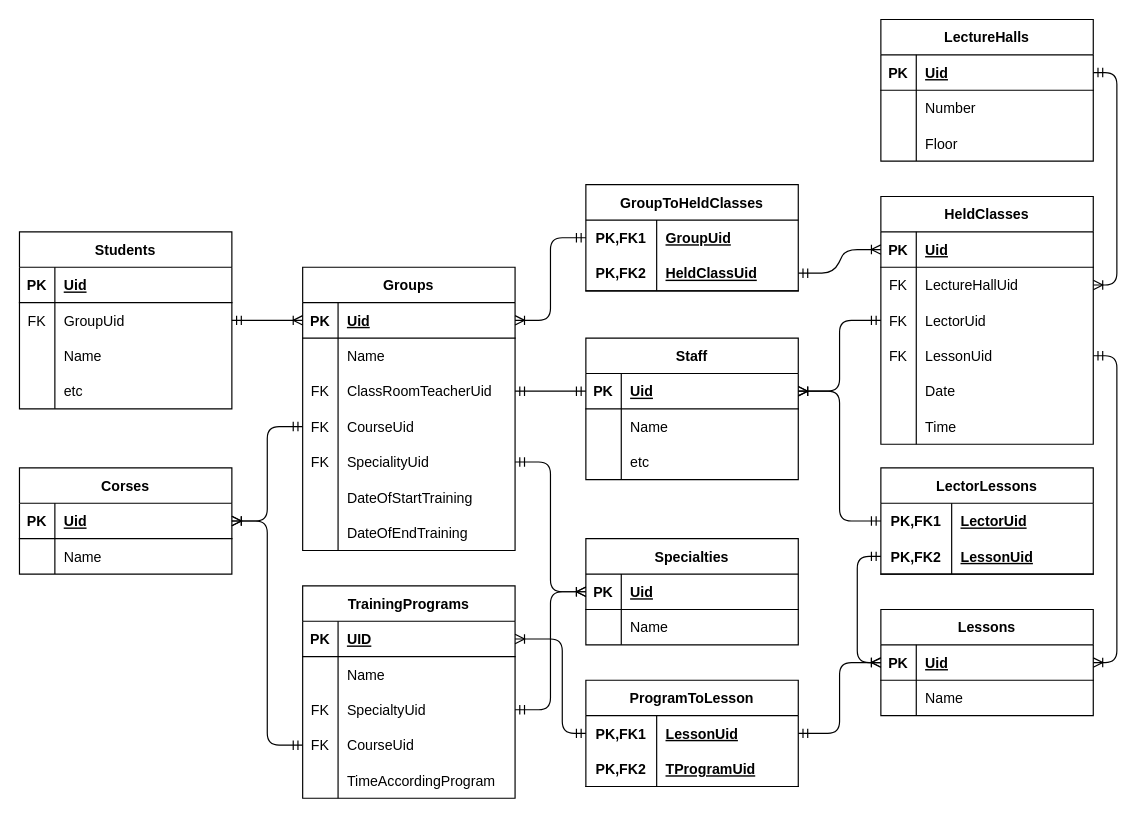
The draw.io diagram databases/erd.drawio in de1eteCode/TestTask, before the edit. Source tidied: cells renumbered, new cells numbered last; positions are measured from the earlier drawing's top-left corner, leaving out a move shared by most shapes. Both pictures are drawn from the tidied source at 118%, with x=0, y=0 at pixel (19, 19).
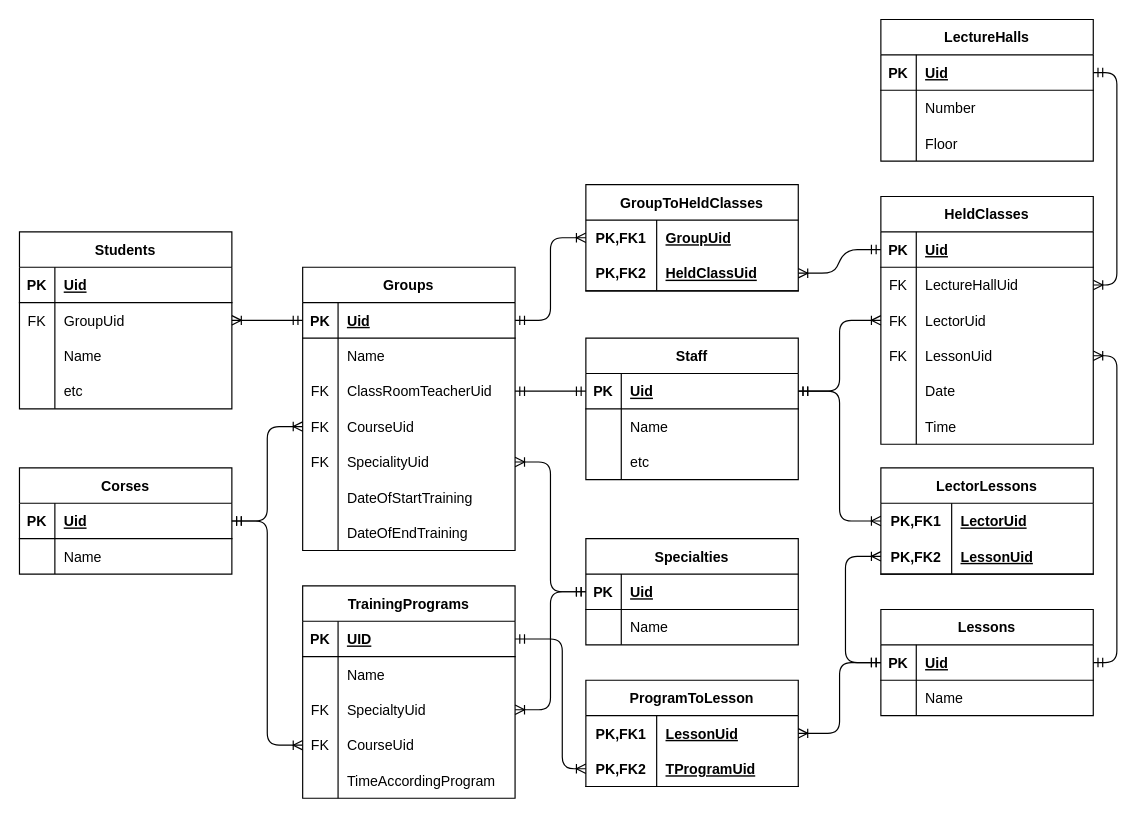
The same page after the edit.

Commit message (it also covers changes not shown here):
Фикс erd

The change refers to these unchanged cells:
```xml
<mxCell id="3" style="shape=tableRow;horizontal=0;startSize=0;swimlaneHead=0;swimlaneBody=0;fillColor=none;points=[[0,0.5],[1,0.5]];portConstraint=eastwest;top=0;left=0;right=0;bottom=1;" parent="2" vertex="1">
  <mxGeometry y="30" width="180" height="30" as="geometry" />
</mxCell>
<mxCell id="12" style="shape=tableRow;horizontal=0;startSize=0;swimlaneHead=0;swimlaneBody=0;fillColor=none;points=[[0,0.5],[1,0.5]];portConstraint=eastwest;top=0;left=0;right=0;bottom=0;" parent="2" vertex="1">
  <mxGeometry y="120" width="180" height="30" as="geometry" />
</mxCell>
<mxCell id="15" style="shape=tableRow;horizontal=0;startSize=0;swimlaneHead=0;swimlaneBody=0;fillColor=none;points=[[0,0.5],[1,0.5]];portConstraint=eastwest;top=0;left=0;right=0;bottom=0;" parent="2" vertex="1">
  <mxGeometry y="150" width="180" height="30" as="geometry" />
</mxCell>
<mxCell id="25" style="shape=tableRow;horizontal=0;startSize=0;swimlaneHead=0;swimlaneBody=0;fillColor=none;points=[[0,0.5],[1,0.5]];portConstraint=eastwest;top=0;left=0;right=0;bottom=1;" parent="24" vertex="1">
  <mxGeometry y="30" width="180" height="30" as="geometry" />
</mxCell>
<mxCell id="31" style="shape=tableRow;horizontal=0;startSize=0;swimlaneHead=0;swimlaneBody=0;fillColor=none;points=[[0,0.5],[1,0.5]];portConstraint=eastwest;top=0;left=0;right=0;bottom=0;" parent="24" vertex="1">
  <mxGeometry y="90" width="180" height="30" as="geometry" />
</mxCell>
<mxCell id="34" style="shape=tableRow;horizontal=0;startSize=0;swimlaneHead=0;swimlaneBody=0;fillColor=none;points=[[0,0.5],[1,0.5]];portConstraint=eastwest;top=0;left=0;right=0;bottom=0;" parent="24" vertex="1">
  <mxGeometry y="120" width="180" height="30" as="geometry" />
</mxCell>
<mxCell id="44" style="shape=tableRow;horizontal=0;startSize=0;swimlaneHead=0;swimlaneBody=0;fillColor=none;points=[[0,0.5],[1,0.5]];portConstraint=eastwest;top=0;left=0;right=0;bottom=1;" parent="43" vertex="1">
  <mxGeometry y="30" width="180" height="30" as="geometry" />
</mxCell>
<mxCell id="52" style="shape=tableRow;horizontal=0;startSize=0;swimlaneHead=0;swimlaneBody=0;fillColor=none;points=[[0,0.5],[1,0.5]];portConstraint=eastwest;top=0;left=0;right=0;bottom=0;" parent="51" vertex="1">
  <mxGeometry y="30" width="180" height="30" as="geometry" />
</mxCell>
<mxCell id="55" style="shape=tableRow;horizontal=0;startSize=0;swimlaneHead=0;swimlaneBody=0;fillColor=none;points=[[0,0.5],[1,0.5]];portConstraint=eastwest;top=0;left=0;right=0;bottom=1;" parent="51" vertex="1">
  <mxGeometry y="60" width="180" height="30" as="geometry" />
</mxCell>
<mxCell id="64" style="shape=tableRow;horizontal=0;startSize=0;swimlaneHead=0;swimlaneBody=0;fillColor=none;points=[[0,0.5],[1,0.5]];portConstraint=eastwest;top=0;left=0;right=0;bottom=0;" parent="60" vertex="1">
  <mxGeometry y="60" width="180" height="30" as="geometry" />
</mxCell>
<mxCell id="74" style="shape=tableRow;horizontal=0;startSize=0;swimlaneHead=0;swimlaneBody=0;fillColor=none;points=[[0,0.5],[1,0.5]];portConstraint=eastwest;top=0;left=0;right=0;bottom=1;" parent="73" vertex="1">
  <mxGeometry y="30" width="180" height="30" as="geometry" />
</mxCell>
<mxCell id="84" style="shape=tableRow;horizontal=0;startSize=0;swimlaneHead=0;swimlaneBody=0;fillColor=none;points=[[0,0.5],[1,0.5]];portConstraint=eastwest;top=0;left=0;right=0;bottom=1;" parent="83" vertex="1">
  <mxGeometry y="30" width="180" height="30" as="geometry" />
</mxCell>
<mxCell id="91" style="shape=tableRow;horizontal=0;startSize=0;swimlaneHead=0;swimlaneBody=0;fillColor=none;points=[[0,0.5],[1,0.5]];portConstraint=eastwest;top=0;left=0;right=0;bottom=1;" parent="90" vertex="1">
  <mxGeometry y="30" width="180" height="30" as="geometry" />
</mxCell>
<mxCell id="99" style="shape=tableRow;horizontal=0;startSize=0;swimlaneHead=0;swimlaneBody=0;fillColor=none;points=[[0,0.5],[1,0.5]];portConstraint=eastwest;top=0;left=0;right=0;bottom=1;" parent="98" vertex="1">
  <mxGeometry y="30" width="180" height="30" as="geometry" />
</mxCell>
<mxCell id="105" style="shape=tableRow;horizontal=0;startSize=0;swimlaneHead=0;swimlaneBody=0;fillColor=none;points=[[0,0.5],[1,0.5]];portConstraint=eastwest;top=0;left=0;right=0;bottom=0;" parent="98" vertex="1">
  <mxGeometry y="90" width="180" height="30" as="geometry" />
</mxCell>
<mxCell id="108" style="shape=tableRow;horizontal=0;startSize=0;swimlaneHead=0;swimlaneBody=0;fillColor=none;points=[[0,0.5],[1,0.5]];portConstraint=eastwest;top=0;left=0;right=0;bottom=0;" parent="98" vertex="1">
  <mxGeometry y="120" width="180" height="30" as="geometry" />
</mxCell>
<mxCell id="121" style="shape=tableRow;horizontal=0;startSize=0;swimlaneHead=0;swimlaneBody=0;fillColor=none;points=[[0,0.5],[1,0.5]];portConstraint=eastwest;top=0;left=0;right=0;bottom=0;" parent="120" vertex="1">
  <mxGeometry y="30" width="180" height="30" as="geometry" />
</mxCell>
<mxCell id="124" style="shape=tableRow;horizontal=0;startSize=0;swimlaneHead=0;swimlaneBody=0;fillColor=none;points=[[0,0.5],[1,0.5]];portConstraint=eastwest;top=0;left=0;right=0;bottom=1;" parent="120" vertex="1">
  <mxGeometry y="60" width="180" height="30" as="geometry" />
</mxCell>
<mxCell id="142" style="shape=tableRow;horizontal=0;startSize=0;swimlaneHead=0;swimlaneBody=0;fillColor=none;points=[[0,0.5],[1,0.5]];portConstraint=eastwest;top=0;left=0;right=0;bottom=0;" parent="141" vertex="1">
  <mxGeometry y="30" width="180" height="30" as="geometry" />
</mxCell>
<mxCell id="145" style="shape=tableRow;horizontal=0;startSize=0;swimlaneHead=0;swimlaneBody=0;fillColor=none;points=[[0,0.5],[1,0.5]];portConstraint=eastwest;top=0;left=0;right=0;bottom=1;" parent="141" vertex="1">
  <mxGeometry y="60" width="180" height="30" as="geometry" />
</mxCell>
```

What changed in the source:
```diff
@@
-    <mxCell id="50" style="edgeStyle=entityRelationEdgeStyle;fontSize=12;html=1;endArrow=ERoneToMany;rounded=1;exitX=0;exitY=0.5;exitDx=0;exitDy=0;entryX=1;entryY=0.5;entryDx=0;entryDy=0;startArrow=ERmandOne;startFill=0;" parent="1" edge="1" source="12" target="44">
+    <mxCell id="50" style="edgeStyle=entityRelationEdgeStyle;fontSize=12;html=1;endArrow=ERoneToMany;rounded=1;exitX=1;exitY=0.5;exitDx=0;exitDy=0;startArrow=ERmandOne;startFill=0;entryX=0;entryY=0.5;entryDx=0;entryDy=0;" parent="1" edge="1" source="44" target="12">
       <mxGeometry relative="1" as="geometry" />
     </mxCell>
@@
-    <mxCell id="58" style="edgeStyle=entityRelationEdgeStyle;fontSize=12;html=1;endArrow=ERoneToMany;rounded=1;entryX=0;entryY=0.5;entryDx=0;entryDy=0;exitX=1;exitY=0.5;exitDx=0;exitDy=0;startArrow=ERmandOne;startFill=0;" parent="1" edge="1" source="55" target="25">
+    <mxCell id="58" style="edgeStyle=entityRelationEdgeStyle;fontSize=12;html=1;endArrow=ERoneToMany;rounded=1;entryX=1;entryY=0.5;entryDx=0;entryDy=0;startArrow=ERmandOne;startFill=0;exitX=0;exitY=0.5;exitDx=0;exitDy=0;" parent="1" edge="1" source="25" target="55">
       <mxGeometry relative="1" as="geometry" />
     </mxCell>
-    <mxCell id="59" style="edgeStyle=entityRelationEdgeStyle;fontSize=12;html=1;endArrow=ERoneToMany;rounded=1;entryX=1;entryY=0.5;entryDx=0;entryDy=0;exitX=0;exitY=0.5;exitDx=0;exitDy=0;startArrow=ERmandOne;startFill=0;" parent="1" edge="1" source="52" target="3">
+    <mxCell id="59" style="edgeStyle=entityRelationEdgeStyle;fontSize=12;html=1;endArrow=ERoneToMany;rounded=1;exitX=1;exitY=0.5;exitDx=0;exitDy=0;startArrow=ERmandOne;startFill=0;entryX=0;entryY=0.5;entryDx=0;entryDy=0;" parent="1" edge="1" source="3" target="52">
       <mxGeometry relative="1" as="geometry" />
     </mxCell>
@@
-    <mxCell id="97" style="edgeStyle=orthogonalEdgeStyle;fontSize=12;html=1;endArrow=ERoneToMany;rounded=1;elbow=vertical;startArrow=ERmandOne;startFill=0;entryX=0;entryY=0.5;entryDx=0;entryDy=0;exitX=1;exitY=0.5;exitDx=0;exitDy=0;" parent="1" edge="1" source="142" target="91">
+    <mxCell id="97" style="edgeStyle=orthogonalEdgeStyle;fontSize=12;html=1;endArrow=ERoneToMany;rounded=1;elbow=vertical;startArrow=ERmandOne;startFill=0;exitX=0;exitY=0.5;exitDx=0;exitDy=0;entryX=1;entryY=0.5;entryDx=0;entryDy=0;" parent="1" edge="1" source="91" target="142">
       <mxGeometry relative="1" as="geometry" />
     </mxCell>
@@
-    <mxCell id="114" style="edgeStyle=entityRelationEdgeStyle;fontSize=12;html=1;endArrow=ERoneToMany;rounded=1;entryX=1;entryY=0.5;entryDx=0;entryDy=0;exitX=0;exitY=0.5;exitDx=0;exitDy=0;startArrow=ERmandOne;startFill=0;" parent="1" edge="1" source="108" target="44">
+    <mxCell id="114" style="edgeStyle=entityRelationEdgeStyle;fontSize=12;html=1;endArrow=ERoneToMany;rounded=1;exitX=1;exitY=0.5;exitDx=0;exitDy=0;startArrow=ERmandOne;startFill=0;entryX=0;entryY=0.5;entryDx=0;entryDy=0;" parent="1" edge="1" source="44" target="108">
       <mxGeometry relative="1" as="geometry" />
     </mxCell>
-    <mxCell id="115" style="edgeStyle=entityRelationEdgeStyle;fontSize=12;html=1;endArrow=ERoneToMany;rounded=1;exitX=1;exitY=0.5;exitDx=0;exitDy=0;entryX=0;entryY=0.5;entryDx=0;entryDy=0;startArrow=ERmandOne;startFill=0;" parent="1" edge="1" source="15" target="84">
+    <mxCell id="115" style="edgeStyle=entityRelationEdgeStyle;fontSize=12;html=1;endArrow=ERoneToMany;rounded=1;exitX=0;exitY=0.5;exitDx=0;exitDy=0;startArrow=ERmandOne;startFill=0;entryX=1;entryY=0.5;entryDx=0;entryDy=0;" parent="1" edge="1" source="84" target="15">
       <mxGeometry relative="1" as="geometry" />
     </mxCell>
-    <mxCell id="116" style="edgeStyle=entityRelationEdgeStyle;fontSize=12;html=1;endArrow=ERoneToMany;rounded=1;exitX=1;exitY=0.5;exitDx=0;exitDy=0;entryX=0;entryY=0.5;entryDx=0;entryDy=0;startArrow=ERmandOne;startFill=0;" parent="1" edge="1" source="105" target="84">
+    <mxCell id="116" style="edgeStyle=entityRelationEdgeStyle;fontSize=12;html=1;endArrow=ERoneToMany;rounded=1;exitX=0;exitY=0.5;exitDx=0;exitDy=0;startArrow=ERmandOne;startFill=0;entryX=1;entryY=0.5;entryDx=0;entryDy=0;" parent="1" edge="1" source="84" target="105">
       <mxGeometry relative="1" as="geometry" />
     </mxCell>
-    <mxCell id="117" style="edgeStyle=orthogonalEdgeStyle;fontSize=12;html=1;endArrow=ERoneToMany;rounded=1;entryX=0;entryY=0.5;entryDx=0;entryDy=0;startArrow=ERmandOne;startFill=0;exitX=1;exitY=0.5;exitDx=0;exitDy=0;" parent="1" edge="1" source="64" target="3">
+    <mxCell id="117" style="edgeStyle=orthogonalEdgeStyle;fontSize=12;html=1;endArrow=ERoneToMany;rounded=1;entryX=1;entryY=0.5;entryDx=0;entryDy=0;startArrow=ERmandOne;startFill=0;exitX=0;exitY=0.5;exitDx=0;exitDy=0;" parent="1" edge="1" source="3" target="64">
       <mxGeometry relative="1" as="geometry" />
     </mxCell>
@@
-    <mxCell id="119" style="edgeStyle=elbowEdgeStyle;fontSize=12;html=1;endArrow=ERoneToMany;rounded=1;entryX=1;entryY=0.5;entryDx=0;entryDy=0;exitX=1;exitY=0.5;exitDx=0;exitDy=0;startArrow=ERmandOne;startFill=0;" parent="1" edge="1" source="34" target="91">
+    <mxCell id="119" style="edgeStyle=elbowEdgeStyle;fontSize=12;html=1;endArrow=ERoneToMany;rounded=1;exitX=1;exitY=0.5;exitDx=0;exitDy=0;startArrow=ERmandOne;startFill=0;entryX=1;entryY=0.5;entryDx=0;entryDy=0;" parent="1" edge="1" source="91" target="34">
       <mxGeometry relative="1" as="geometry">
         <Array as="points">
           <mxPoint x="930" y="430" />
         </Array>
       </mxGeometry>
     </mxCell>
@@
-    <mxCell id="127" style="edgeStyle=orthogonalEdgeStyle;fontSize=12;html=1;endArrow=ERoneToMany;rounded=1;exitX=0;exitY=0.5;exitDx=0;exitDy=0;elbow=vertical;entryX=0;entryY=0.5;entryDx=0;entryDy=0;startArrow=ERmandOne;startFill=0;" parent="1" edge="1" source="124" target="91">
+    <mxCell id="127" style="edgeStyle=orthogonalEdgeStyle;fontSize=12;html=1;endArrow=ERoneToMany;rounded=1;exitX=0;exitY=0.5;exitDx=0;exitDy=0;elbow=vertical;startArrow=ERmandOne;startFill=0;entryX=0;entryY=0.5;entryDx=0;entryDy=0;" parent="1" edge="1" source="91" target="124">
       <mxGeometry relative="1" as="geometry">
         <Array as="points">
-          <mxPoint x="710" y="455" />
-          <mxPoint x="710" y="545" />
+          <mxPoint x="700" y="545" />
+          <mxPoint x="700" y="455" />
         </Array>
       </mxGeometry>
     </mxCell>
-    <mxCell id="128" style="edgeStyle=orthogonalEdgeStyle;fontSize=12;html=1;endArrow=ERoneToMany;rounded=1;exitX=0;exitY=0.5;exitDx=0;exitDy=0;elbow=vertical;entryX=1;entryY=0.5;entryDx=0;entryDy=0;startArrow=ERmandOne;startFill=0;" parent="1" edge="1" source="121" target="74">
+    <mxCell id="128" style="edgeStyle=orthogonalEdgeStyle;fontSize=12;html=1;endArrow=ERoneToMany;rounded=1;exitX=1;exitY=0.5;exitDx=0;exitDy=0;elbow=vertical;startArrow=ERmandOne;startFill=0;entryX=0;entryY=0.5;entryDx=0;entryDy=0;" parent="1" edge="1" source="74" target="121">
       <mxGeometry relative="1" as="geometry" />
     </mxCell>
-    <mxCell id="129" style="edgeStyle=orthogonalEdgeStyle;fontSize=12;html=1;endArrow=ERoneToMany;rounded=1;exitX=0;exitY=0.5;exitDx=0;exitDy=0;elbow=vertical;entryX=1;entryY=0.5;entryDx=0;entryDy=0;startArrow=ERmandOne;startFill=0;" parent="1" edge="1" source="31" target="74">
+    <mxCell id="129" style="edgeStyle=orthogonalEdgeStyle;fontSize=12;html=1;endArrow=ERoneToMany;rounded=1;exitX=1;exitY=0.5;exitDx=0;exitDy=0;elbow=vertical;startArrow=ERmandOne;startFill=0;entryX=0;entryY=0.5;entryDx=0;entryDy=0;" parent="1" edge="1" source="74" target="31">
       <mxGeometry relative="1" as="geometry" />
     </mxCell>
@@
-    <mxCell id="148" style="edgeStyle=orthogonalEdgeStyle;fontSize=12;html=1;endArrow=ERoneToMany;rounded=1;exitX=0;exitY=0.5;exitDx=0;exitDy=0;elbow=vertical;entryX=1;entryY=0.5;entryDx=0;entryDy=0;startArrow=ERmandOne;startFill=0;" parent="1" edge="1" source="142" target="99">
+    <mxCell id="148" style="edgeStyle=orthogonalEdgeStyle;fontSize=12;html=1;endArrow=ERoneToMany;rounded=1;elbow=vertical;entryX=0;entryY=0.5;entryDx=0;entryDy=0;startArrow=ERmandOne;startFill=0;exitX=1;exitY=0.5;exitDx=0;exitDy=0;" parent="1" edge="1" source="99" target="145">
       <mxGeometry relative="1" as="geometry">
         <Array as="points">
-          <mxPoint x="460" y="605" />
           <mxPoint x="460" y="525" />
+          <mxPoint x="460" y="635" />
         </Array>
       </mxGeometry>
     </mxCell>
```
